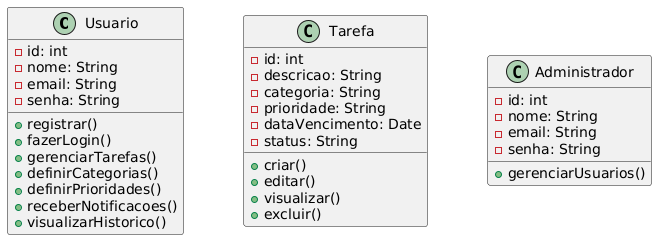
Earlier version of the PlantUML export ProjetoToDoListSENAI/docs/diagrams/diagrama_classe.png (MatheusFranciscoLS/ProjetosNodeJS).
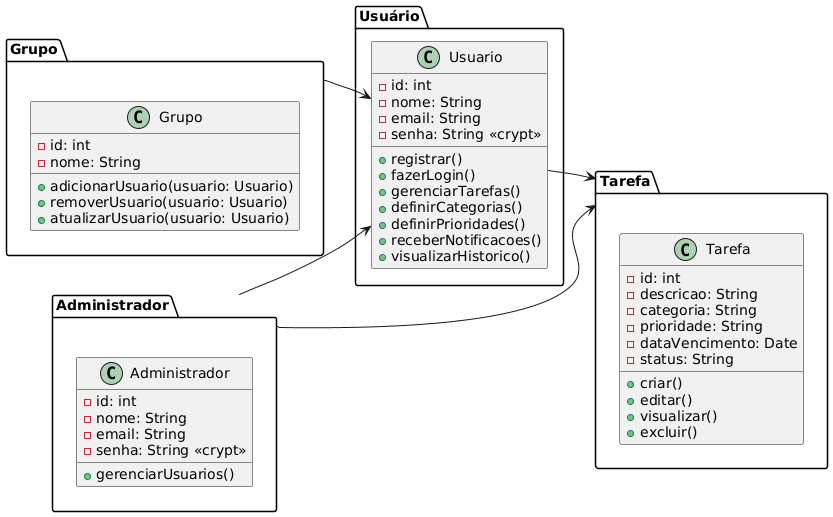
The same diagram one commit later.

What changed in the source:
```diff
@@ -1,41 +1,60 @@
 @startuml
 left to right direction
 
-class Usuario {
-    -id: int
-    -nome: String
-    -email: String
-    -senha: String
-    +registrar()
-    +fazerLogin()
-    +gerenciarTarefas()
-    +definirCategorias()
-    +definirPrioridades()
-    +receberNotificacoes()
-    +visualizarHistorico()
+
+package "Usuário" {
+    class Usuario {
+        -id: int
+        -nome: String
+        -email: String
+        -senha: String <<crypt>>
+        +registrar()
+        +fazerLogin()
+        +gerenciarTarefas()
+        +definirCategorias()
+        +definirPrioridades()
+        +receberNotificacoes()
+        +visualizarHistorico()
+    }
 }
 
-class Tarefa {
-    -id: int
-    -descricao: String
-    -categoria: String
-    -prioridade: String
-    -dataVencimento: Date
-    -status: String
-    +criar()
-    +editar()
-    +visualizar()
-    +excluir()
+package "Tarefa" {
+    class Tarefa {
+        -id: int
+        -descricao: String
+        -categoria: String
+        -prioridade: String
+        -dataVencimento: Date
+        -status: String
+        +criar()
+        +editar()
+        +visualizar()
+        +excluir()
+    }
 }
 
-class Administrador {
-    -id: int
-    -nome: String
-    -email: String
-    -senha: String
-    +gerenciarUsuarios()
+package "Administrador" {
+    class Administrador {
+        -id: int
+        -nome: String
+        -email: String
+        -senha: String <<crypt>>
+        +gerenciarUsuarios()
+    }
 }
 
-Usuario -[hidden]-> Tarefa
-Tarefa -[hidden]-> Administrador
+package "Grupo" {
+    class Grupo {
+        -id: int
+        -nome: String
+        +adicionarUsuario(usuario: Usuario)
+        +removerUsuario(usuario: Usuario)
+        +atualizarUsuario(usuario: Usuario)
+    }
+}
+
+Administrador --> Usuario
+Administrador --> Tarefa
+Grupo --> Usuario
+Usuario --> Tarefa
 @enduml
```
